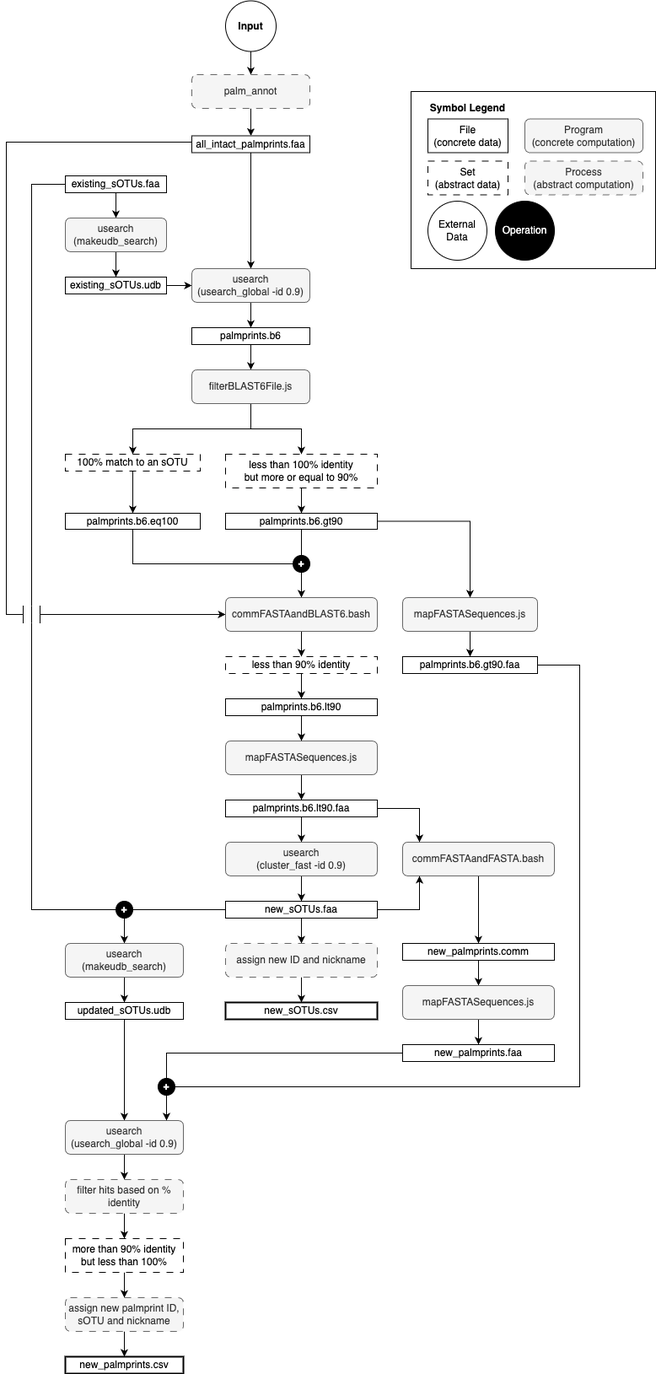
The draw.io diagram script/palmdb/sOTU Assigment Workflow.png in serratus-bio/logan-backend, before a commit. Source tidied: cells renumbered, new cells last; positions are measured from the earlier drawing's top-left corner, leaving out a move shared by most shapes.
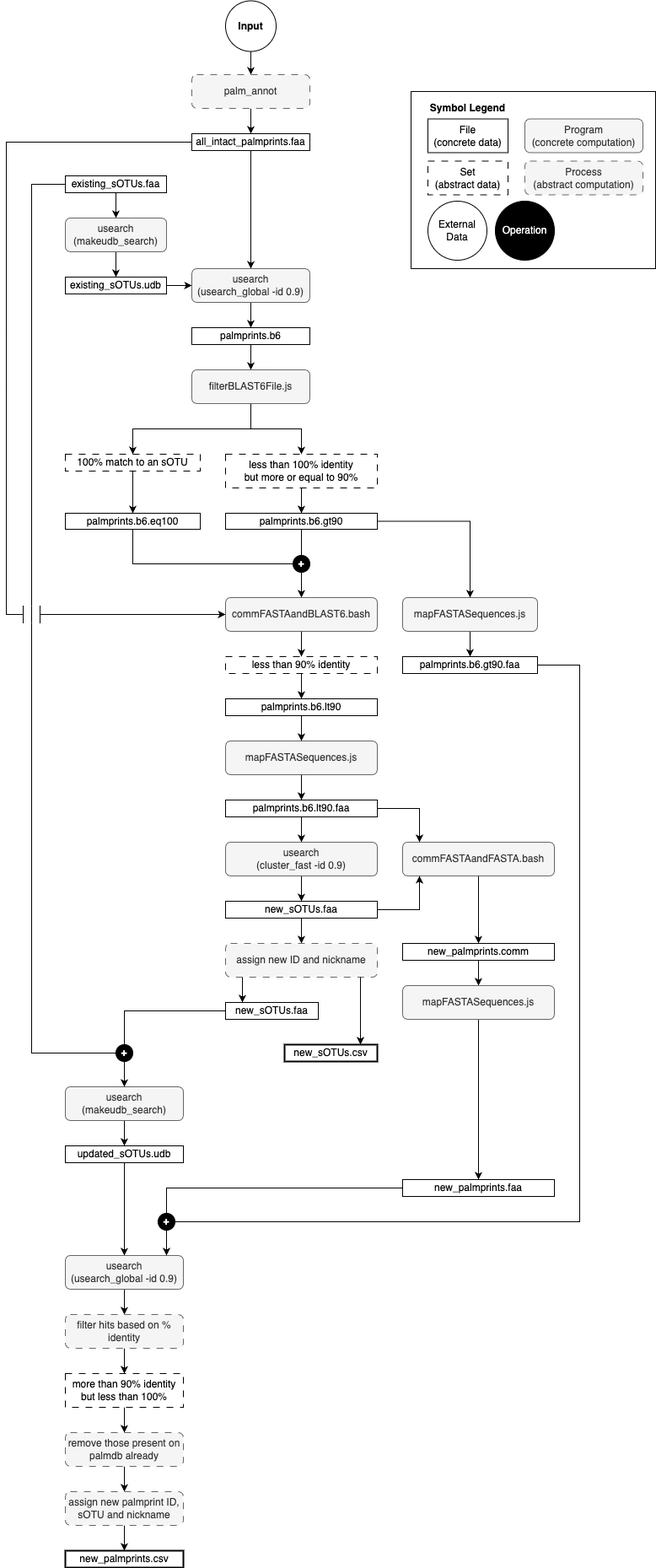
Later version of the same file.

What changed in the source:
```diff
@@ -23,18 +23,17 @@
       </mxGeometry>
     </mxCell>
     <mxCell id="7" value="&lt;div&gt;all_intact_palmprints.faa&lt;/div&gt;" style="rounded=0;whiteSpace=wrap;html=1;" parent="1" vertex="1">
-      <mxGeometry x="220" y="160.5" width="140" height="20" as="geometry" />
+      <mxGeometry x="220" y="158" width="140" height="20" as="geometry" />
     </mxCell>
     <mxCell id="8" style="edgeStyle=none;rounded=0;jettySize=auto;html=1;entryX=0.5;entryY=0;entryDx=0;entryDy=0;" parent="1" edge="1" source="10" target="12">
       <mxGeometry relative="1" as="geometry" />
     </mxCell>
-    <mxCell id="9" style="edgeStyle=orthogonalEdgeStyle;rounded=0;jettySize=auto;html=1;entryX=0;entryY=0.5;entryDx=0;entryDy=0;" parent="1" edge="1" source="10" target="45">
+    <mxCell id="9" style="edgeStyle=orthogonalEdgeStyle;rounded=0;jettySize=auto;html=1;entryX=0.5;entryY=0;entryDx=0;entryDy=0;" parent="1" edge="1" source="10" target="45">
       <mxGeometry relative="1" as="geometry">
         <Array as="points">
           <mxPoint x="30" y="218" />
-          <mxPoint x="30" y="1078" />
-          <mxPoint x="140" y="1078" />
-          <mxPoint x="140" y="1138" />
+          <mxPoint x="30" y="1248" />
+          <mxPoint x="140" y="1248" />
         </Array>
       </mxGeometry>
     </mxCell>
@@ -104,15 +103,9 @@
     <mxCell id="31" style="edgeStyle=orthogonalEdgeStyle;rounded=0;jettySize=auto;html=1;entryX=0.5;entryY=0;entryDx=0;entryDy=0;" parent="1" edge="1" source="33" target="35">
       <mxGeometry relative="1" as="geometry" />
     </mxCell>
-    <mxCell id="32" style="edgeStyle=orthogonalEdgeStyle;rounded=0;jettySize=auto;html=1;" parent="1" edge="1" source="33" target="45">
-      <mxGeometry relative="1" as="geometry" />
-    </mxCell>
     <mxCell id="33" value="&lt;div&gt;new_sOTUs.faa&lt;/div&gt;" style="rounded=0;whiteSpace=wrap;html=1;" parent="1" vertex="1">
       <mxGeometry x="260" y="1068" width="180" height="20" as="geometry" />
     </mxCell>
-    <mxCell id="34" style="edgeStyle=orthogonalEdgeStyle;rounded=0;jettySize=auto;html=1;entryX=0.5;entryY=0;entryDx=0;entryDy=0;" parent="1" edge="1" source="35" target="58">
-      <mxGeometry relative="1" as="geometry" />
-    </mxCell>
     <mxCell id="35" value="assign new ID and nickname" style="rounded=1;whiteSpace=wrap;html=1;fillColor=#f5f5f5;strokeColor=#666666;fontColor=#333333;dashed=1;dashPattern=8 8;" parent="1" vertex="1">
       <mxGeometry x="260" y="1118" width="180" height="40" as="geometry" />
     </mxCell>
@@ -128,16 +121,16 @@
     <mxCell id="39" value="mapFASTASequences.js" style="rounded=1;whiteSpace=wrap;html=1;fillColor=#f5f5f5;strokeColor=#666666;fontColor=#333333;" parent="1" vertex="1">
       <mxGeometry x="470" y="708" width="160" height="40" as="geometry" />
     </mxCell>
-    <mxCell id="40" style="edgeStyle=orthogonalEdgeStyle;rounded=0;jettySize=auto;html=1;" parent="1" edge="1" source="41">
-      <mxGeometry relative="1" as="geometry">
-        <mxPoint x="190" y="1348" as="targetPoint" />
-        <Array as="points">
-          <mxPoint x="680" y="788" />
-          <mxPoint x="680" y="1288" />
-          <mxPoint x="190" y="1288" />
-        </Array>
-      </mxGeometry>
-    </mxCell>
+    <mxCell id="90" style="edgeStyle=orthogonalEdgeStyle;rounded=0;jettySize=auto;html=1;" parent="1" edge="1" source="41">
+      <mxGeometry relative="1" as="geometry">
+        <mxPoint x="190" y="1488" as="targetPoint" />
+        <Array as="points">
+          <mxPoint x="680" y="788" />
+          <mxPoint x="680" y="1448" />
+          <mxPoint x="190" y="1448" />
+        </Array>
+      </mxGeometry>
+    </mxCell>
     <mxCell id="41" value="&lt;div&gt;palmprints.b6.gt90.faa&lt;/div&gt;" style="rounded=0;whiteSpace=wrap;html=1;" parent="1" vertex="1">
       <mxGeometry x="470" y="778" width="160" height="20" as="geometry" />
     </mxCell>
@@ -151,49 +144,46 @@
       <mxGeometry relative="1" as="geometry" />
     </mxCell>
     <mxCell id="45" value="&lt;div&gt;usearch&lt;/div&gt;&lt;div&gt;(makeudb_search)&lt;br&gt;&lt;/div&gt;" style="rounded=1;whiteSpace=wrap;html=1;fillColor=#f5f5f5;strokeColor=#666666;fontColor=#333333;" parent="1" vertex="1">
-      <mxGeometry x="70" y="1118" width="140" height="40" as="geometry" />
+      <mxGeometry x="70" y="1288" width="140" height="40" as="geometry" />
     </mxCell>
     <mxCell id="46" style="edgeStyle=orthogonalEdgeStyle;rounded=0;jettySize=auto;html=1;entryX=0.5;entryY=0;entryDx=0;entryDy=0;" parent="1" edge="1" source="47" target="51">
       <mxGeometry relative="1" as="geometry" />
     </mxCell>
     <mxCell id="47" value="&lt;div&gt;updated_sOTUs.udb&lt;/div&gt;" style="rounded=0;whiteSpace=wrap;html=1;" parent="1" vertex="1">
-      <mxGeometry x="70" y="1188" width="140" height="20" as="geometry" />
+      <mxGeometry x="70" y="1358" width="140" height="20" as="geometry" />
     </mxCell>
     <mxCell id="48" value="&lt;div&gt;Operation&lt;/div&gt;" style="ellipse;whiteSpace=wrap;html=1;fillStyle=auto;fillColor=#000000;fontColor=#FFFFFF;" parent="1" vertex="1">
       <mxGeometry x="580" y="238" width="70" height="70" as="geometry" />
     </mxCell>
-    <mxCell id="49" value="&lt;b&gt;+&lt;/b&gt;" style="ellipse;whiteSpace=wrap;html=1;fillStyle=auto;fillColor=#000000;fontColor=#FFFFFF;" parent="1" vertex="1">
-      <mxGeometry x="130" y="1068" width="20" height="20" as="geometry" />
-    </mxCell>
     <mxCell id="50" style="edgeStyle=orthogonalEdgeStyle;rounded=0;jettySize=auto;html=1;entryX=0.5;entryY=0;entryDx=0;entryDy=0;" parent="1" edge="1" source="51" target="53">
       <mxGeometry relative="1" as="geometry" />
     </mxCell>
     <mxCell id="51" value="&lt;div&gt;usearch&lt;/div&gt;&lt;div&gt;(usearch_global -id 0.9)&lt;br&gt;&lt;/div&gt;" style="rounded=1;whiteSpace=wrap;html=1;fillColor=#f5f5f5;strokeColor=#666666;fontColor=#333333;" parent="1" vertex="1">
-      <mxGeometry x="70" y="1328" width="140" height="40" as="geometry" />
+      <mxGeometry x="70" y="1488" width="140" height="40" as="geometry" />
     </mxCell>
     <mxCell id="52" style="edgeStyle=orthogonalEdgeStyle;rounded=0;jettySize=auto;html=1;entryX=0.5;entryY=0;entryDx=0;entryDy=0;" parent="1" edge="1" source="53" target="55">
       <mxGeometry relative="1" as="geometry" />
     </mxCell>
     <mxCell id="53" value="filter hits based on % identity" style="rounded=1;whiteSpace=wrap;html=1;fillColor=#f5f5f5;strokeColor=#666666;fontColor=#333333;dashed=1;dashPattern=8 8;" parent="1" vertex="1">
-      <mxGeometry x="70" y="1398" width="140" height="40" as="geometry" />
+      <mxGeometry x="70" y="1558" width="140" height="40" as="geometry" />
     </mxCell>
     <mxCell id="54" style="edgeStyle=orthogonalEdgeStyle;rounded=0;jettySize=auto;html=1;entryX=0.5;entryY=0;entryDx=0;entryDy=0;" parent="1" edge="1" source="55" target="57">
       <mxGeometry relative="1" as="geometry" />
     </mxCell>
     <mxCell id="55" value="&lt;div&gt;&lt;span style=&quot;background-color: initial;&quot;&gt;more than 90% identity&lt;/span&gt;&lt;br&gt;&lt;/div&gt;&lt;div&gt;&lt;span style=&quot;background-color: initial;&quot;&gt;but less than 100%&lt;/span&gt;&lt;/div&gt;" style="rounded=0;whiteSpace=wrap;html=1;dashed=1;dashPattern=8 8;" parent="1" vertex="1">
-      <mxGeometry x="70" y="1468" width="140" height="40" as="geometry" />
+      <mxGeometry x="70" y="1628" width="140" height="40" as="geometry" />
     </mxCell>
-    <mxCell id="56" style="edgeStyle=orthogonalEdgeStyle;rounded=0;jettySize=auto;html=1;entryX=0.5;entryY=0;entryDx=0;entryDy=0;" parent="1" edge="1" source="57" target="59">
-      <mxGeometry relative="1" as="geometry" />
-    </mxCell>
+    <mxCell id="91" style="edgeStyle=orthogonalEdgeStyle;rounded=0;jettySize=auto;html=1;entryX=0.5;entryY=0;entryDx=0;entryDy=0;" parent="1" edge="1" source="57" target="97">
+      <mxGeometry relative="1" as="geometry" />
+    </mxCell>
-    <mxCell id="57" value="assign new palmprint ID, sOTU and nickname" style="rounded=1;whiteSpace=wrap;html=1;fillColor=#f5f5f5;strokeColor=#666666;fontColor=#333333;dashed=1;dashPattern=8 8;" parent="1" vertex="1">
-      <mxGeometry x="70" y="1538" width="140" height="40" as="geometry" />
+    <mxCell id="57" value="remove those present on palmdb already" style="rounded=1;whiteSpace=wrap;html=1;fillColor=#f5f5f5;strokeColor=#666666;fontColor=#333333;dashed=1;dashPattern=8 8;" parent="1" vertex="1">
+      <mxGeometry x="70" y="1698" width="140" height="40" as="geometry" />
     </mxCell>
     <mxCell id="58" value="&lt;div&gt;new_sOTUs.csv&lt;/div&gt;" style="rounded=0;whiteSpace=wrap;html=1;strokeWidth=2;" parent="1" vertex="1">
-      <mxGeometry x="260" y="1188" width="180" height="20" as="geometry" />
+      <mxGeometry x="330" y="1238" width="110" height="20" as="geometry" />
     </mxCell>
     <mxCell id="59" value="&lt;div&gt;new_palmprints.csv&lt;/div&gt;" style="rounded=0;whiteSpace=wrap;html=1;strokeWidth=2;" parent="1" vertex="1">
-      <mxGeometry x="70" y="1608" width="140" height="20" as="geometry" />
+      <mxGeometry x="70" y="1838" width="140" height="20" as="geometry" />
     </mxCell>
     <mxCell id="60" style="edgeStyle=orthogonalEdgeStyle;rounded=0;jettySize=auto;html=1;entryX=0.5;entryY=0;entryDx=0;entryDy=0;" parent="1" edge="1" source="61">
       <mxGeometry relative="1" as="geometry">
@@ -282,7 +272,7 @@
       <mxGeometry x="470" y="1168" width="180" height="40" as="geometry" />
     </mxCell>
     <mxCell id="83" value="&lt;div&gt;new_palmprints.faa&lt;/div&gt;" style="rounded=0;whiteSpace=wrap;html=1;" parent="1" vertex="1">
-      <mxGeometry x="470" y="1238" width="180" height="20" as="geometry" />
+      <mxGeometry x="470" y="1398" width="180" height="20" as="geometry" />
     </mxCell>
     <mxCell id="84" style="edgeStyle=orthogonalEdgeStyle;rounded=0;jettySize=auto;html=1;entryX=0.5;entryY=0;entryDx=0;entryDy=0;" parent="1" edge="1" source="85" target="7">
       <mxGeometry relative="1" as="geometry" />
@@ -290,19 +280,45 @@
     <mxCell id="85" value="palm_annot" style="rounded=1;whiteSpace=wrap;html=1;fillColor=#f5f5f5;strokeColor=#666666;fontColor=#333333;dashed=1;dashPattern=8 8;" parent="1" vertex="1">
       <mxGeometry x="220" y="88" width="140" height="40" as="geometry" />
     </mxCell>
+    <mxCell id="87" style="shape=partialRectangle;whiteSpace=wrap;html=1;top=0;bottom=0;fillColor=#FFFFFF;" parent="1" vertex="1">
+      <mxGeometry x="20" y="718" width="20" height="20" as="geometry" />
+    </mxCell>
+    <mxCell id="92" style="edgeStyle=orthogonalEdgeStyle;rounded=0;jettySize=auto;html=1;entryX=0.5;entryY=0;entryDx=0;entryDy=0;" parent="1" edge="1" source="93" target="45">
+      <mxGeometry relative="1" as="geometry" />
+    </mxCell>
+    <mxCell id="88" style="endArrow=none;html=1;rounded=0;exitX=0.5;exitY=1;exitDx=0;exitDy=0;" parent="1" edge="1" source="87">
+      <mxGeometry relative="1" as="geometry">
+        <mxPoint x="30" y="718" as="targetPoint" />
+      </mxGeometry>
+    </mxCell>
+    <mxCell id="93" value="&lt;div&gt;new_sOTUs.faa&lt;/div&gt;" style="rounded=0;whiteSpace=wrap;html=1;" parent="1" vertex="1">
+      <mxGeometry x="260" y="1188" width="110" height="20" as="geometry" />
+    </mxCell>
+    <mxCell id="49" value="&lt;b&gt;+&lt;/b&gt;" style="ellipse;whiteSpace=wrap;html=1;fillStyle=auto;fillColor=#000000;fontColor=#FFFFFF;" parent="1" vertex="1">
+      <mxGeometry x="130" y="1238" width="20" height="20" as="geometry" />
+    </mxCell>
     <mxCell id="86" style="edgeStyle=orthogonalEdgeStyle;rounded=0;jettySize=auto;html=1;entryX=0.857;entryY=0;entryDx=0;entryDy=0;entryPerimeter=0;" parent="1" edge="1" source="83" target="51">
       <mxGeometry relative="1" as="geometry" />
     </mxCell>
-    <mxCell id="87" style="shape=partialRectangle;whiteSpace=wrap;html=1;top=0;bottom=0;fillColor=#FFFFFF;" parent="1" vertex="1">
-      <mxGeometry x="20" y="718" width="20" height="20" as="geometry" />
-    </mxCell>
-    <mxCell id="88" style="endArrow=none;html=1;rounded=0;exitX=0.5;exitY=1;exitDx=0;exitDy=0;" parent="1" edge="1" source="87">
-      <mxGeometry relative="1" as="geometry">
-        <mxPoint x="30" y="718" as="targetPoint" />
-      </mxGeometry>
-    </mxCell>
     <mxCell id="89" value="&lt;b&gt;+&lt;/b&gt;" style="ellipse;whiteSpace=wrap;html=1;fillStyle=auto;fillColor=#000000;fontColor=#FFFFFF;" parent="1" vertex="1">
-      <mxGeometry x="180" y="1278" width="20" height="20" as="geometry" />
+      <mxGeometry x="180" y="1438" width="20" height="20" as="geometry" />
     </mxCell>
+    <mxCell id="94" style="endArrow=classic;html=1;rounded=0;" parent="1" edge="1">
+      <mxGeometry relative="1" as="geometry">
+        <mxPoint x="280" y="1158" as="sourcePoint" />
+        <mxPoint x="280" y="1188" as="targetPoint" />
+      </mxGeometry>
+    </mxCell>
+    <mxCell id="95" style="endArrow=classic;html=1;rounded=0;entryX=0.818;entryY=0;entryDx=0;entryDy=0;entryPerimeter=0;" parent="1" edge="1" target="58">
+      <mxGeometry relative="1" as="geometry">
+        <mxPoint x="420" y="1158" as="sourcePoint" />
+      </mxGeometry>
+    </mxCell>
+    <mxCell id="96" style="edgeStyle=orthogonalEdgeStyle;rounded=0;jettySize=auto;html=1;entryX=0.5;entryY=0;entryDx=0;entryDy=0;" parent="1" edge="1" source="97" target="59">
+      <mxGeometry relative="1" as="geometry" />
+    </mxCell>
+    <mxCell id="97" value="assign new palmprint ID, sOTU and nickname" style="rounded=1;whiteSpace=wrap;html=1;fillColor=#f5f5f5;strokeColor=#666666;fontColor=#333333;dashed=1;dashPattern=8 8;" parent="1" vertex="1">
+      <mxGeometry x="70" y="1768" width="140" height="40" as="geometry" />
+    </mxCell>
   </root>
 </mxGraphModel>
```
